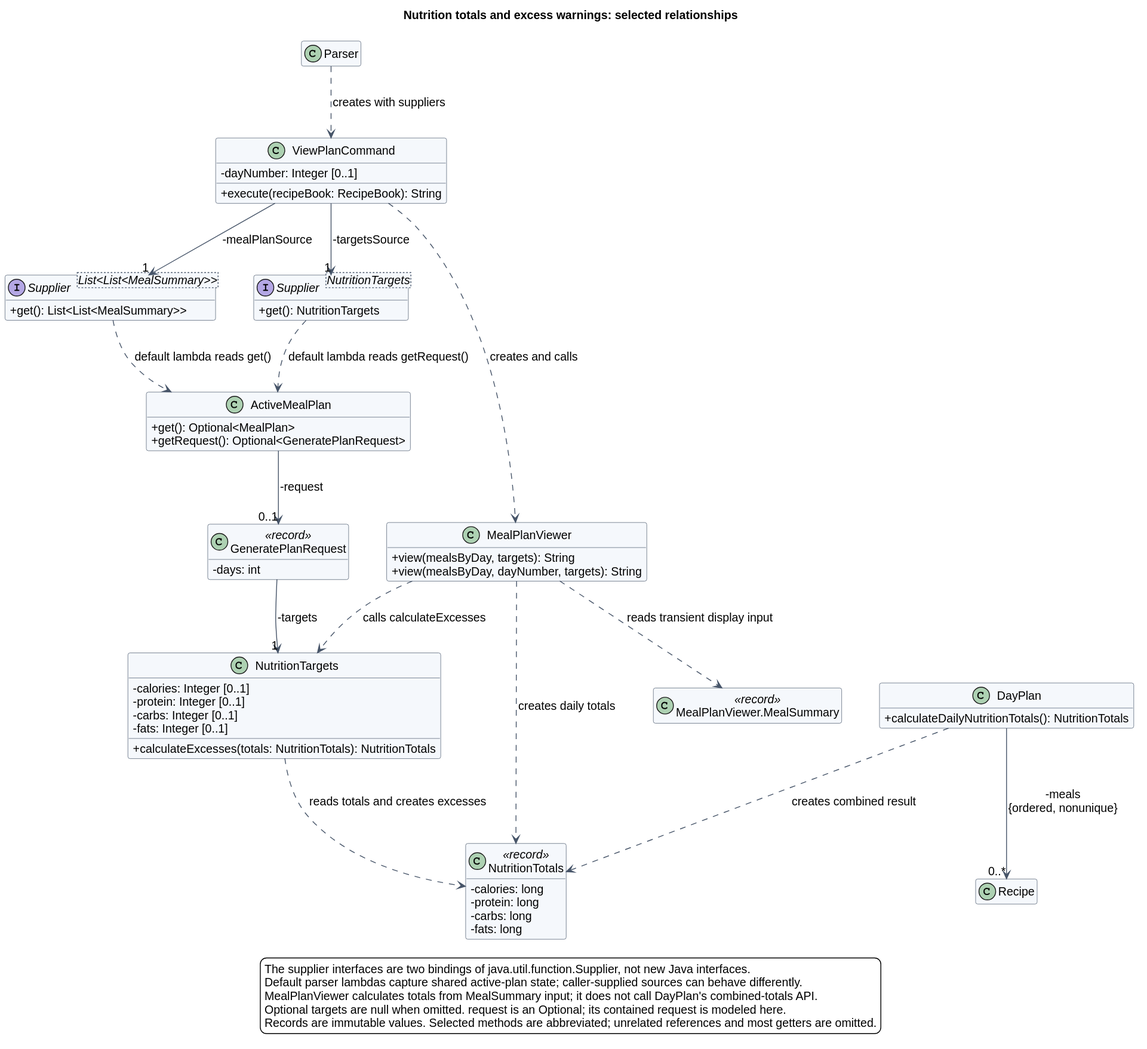
Before: docs/images/oilybikechain/nutrition-classes.svg, a diagram exported from PlantUML (AY2627S1-CS2113-W13-4/tp).
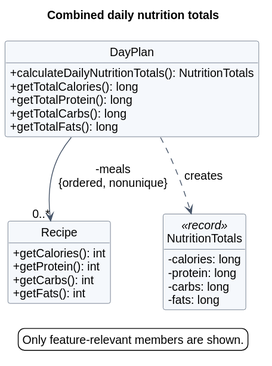
The same diagram one commit later.

Change to the diagram source:
```diff
@@ -1,36 +1,26 @@
 @startuml
 !pragma layout smetana
-!include ../shortfall/style.iuml
-title Nutrition totals and excess warnings: selected relationships
+!include ../rixte/shortfall/style.iuml
+hide circle
+
+title Combined daily nutrition totals
 top to bottom direction
-skinparam nodesep 45
-skinparam ranksep 65
+skinparam nodesep 35
+skinparam ranksep 55
 hide empty members
 
-class Parser
-class ViewPlanCommand {
-  - dayNumber: Integer [0..1]
-  + execute(recipeBook: RecipeBook): String
+class DayPlan {
+  + calculateDailyNutritionTotals(): NutritionTotals
+  + getTotalCalories(): long
+  + getTotalProtein(): long
+  + getTotalCarbs(): long
+  + getTotalFats(): long
 }
-interface "Supplier<List<List<MealSummary>>>" as MealsSource {
-  + get(): List<List<MealSummary>>
-}
-interface "Supplier<NutritionTargets>" as TargetsSource {
-  + get(): NutritionTargets
-}
-class ActiveMealPlan {
-  + get(): Optional<MealPlan>
-  + getRequest(): Optional<GeneratePlanRequest>
-}
-class GeneratePlanRequest <<record>> {
-  - days: int
-}
-class NutritionTargets {
-  - calories: Integer [0..1]
-  - protein: Integer [0..1]
-  - carbs: Integer [0..1]
-  - fats: Integer [0..1]
-  + calculateExcesses(totals: NutritionTotals): NutritionTotals
+class Recipe {
+  + getCalories(): int
+  + getProtein(): int
+  + getCarbs(): int
+  + getFats(): int
 }
 class NutritionTotals <<record>> {
   - calories: long
@@ -38,36 +28,11 @@
   - carbs: long
   - fats: long
 }
-class MealPlanViewer {
-  + view(mealsByDay, targets): String
-  + view(mealsByDay, dayNumber, targets): String
-}
-class "MealPlanViewer.MealSummary" as MealSummary <<record>>
-class DayPlan {
-  + calculateDailyNutritionTotals(): NutritionTotals
-}
-class Recipe
 
-Parser ..> ViewPlanCommand : creates with suppliers
-ViewPlanCommand --> "1" MealsSource : -mealPlanSource
-ViewPlanCommand --> "1" TargetsSource : -targetsSource
-MealsSource ..> ActiveMealPlan : default lambda reads get()
-TargetsSource ..> ActiveMealPlan : default lambda reads getRequest()
-ActiveMealPlan --> "0..1" GeneratePlanRequest : -request
-GeneratePlanRequest --> "1" NutritionTargets : -targets
-ViewPlanCommand ..> MealPlanViewer : creates and calls
-MealPlanViewer ..> MealSummary : reads transient display input
-MealPlanViewer ..> NutritionTotals : creates daily totals
-MealPlanViewer ..> NutritionTargets : calls calculateExcesses
-NutritionTargets ..> NutritionTotals : reads totals and creates excesses
 DayPlan --> "0..*" Recipe : -meals\n{ordered, nonunique}
-DayPlan ..> NutritionTotals : creates combined result
+DayPlan ..> NutritionTotals : creates
 
 legend bottom
-  The supplier interfaces are two bindings of java.util.function.Supplier, not new Java interfaces.
-  Default parser lambdas capture shared active-plan state; caller-supplied sources can behave differently.
-  MealPlanViewer calculates totals from MealSummary input; it does not call DayPlan's combined-totals API.
-  Optional targets are null when omitted. request is an Optional; its contained request is modeled here.
-  Records are immutable values. Selected methods are abbreviated; unrelated references and most getters are omitted.
+  Only feature-relevant members are shown.
 endlegend
 @enduml
```
